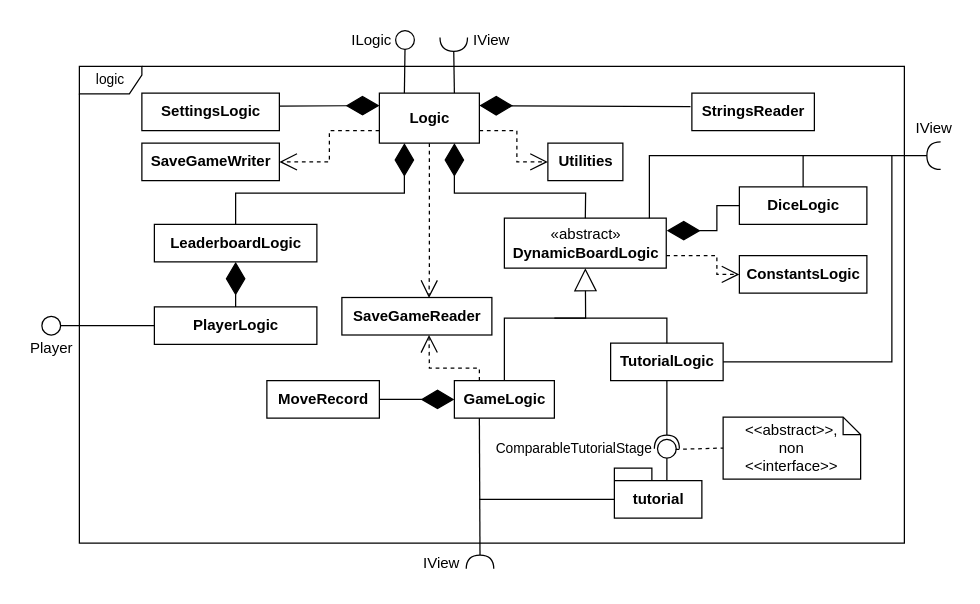
GiacomoVolini/JMahbusa keeps this draw.io diagram as Logic.drawio. Above is the earlier version. Source tidied: cells renumbered, new cells numbered last; positions are measured from the earlier drawing's top-left corner, leaving out a move shared by most shapes. Both pictures are drawn from the tidied source at 125%, with x=0, y=0 at pixel (21, 20).
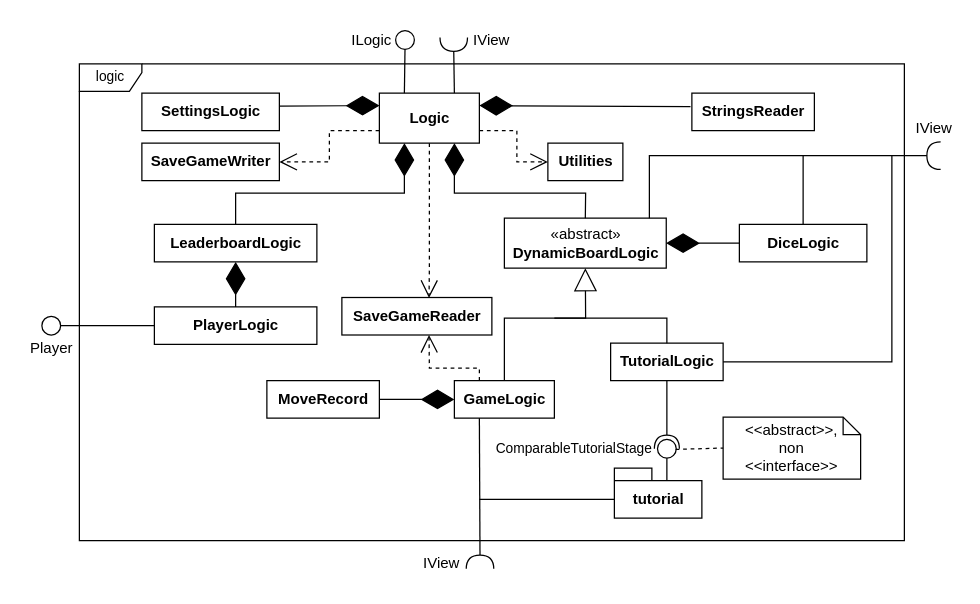
After the change.

The change refers to these unchanged cells:
```xml
<mxCell id="14" value="«abstract»&lt;br&gt;&lt;b&gt;DynamicBoardLogic&lt;/b&gt;" style="html=1;" parent="1" vertex="1">
  <mxGeometry x="386" y="158" width="129.5" height="40" as="geometry" />
</mxCell>
```

Diff of the diagram source:
```diff
@@
     <mxCell id="2" value="logic" style="shape=umlFrame;whiteSpace=wrap;html=1;fontSize=11;width=50;height=22;" parent="1" vertex="1">
-      <mxGeometry x="46" y="36.5" width="660" height="381.5" as="geometry" />
+      <mxGeometry x="46" y="34.5" width="660" height="381.5" as="geometry" />
     </mxCell>
@@
     <mxCell id="18" value="&lt;b&gt;DiceLogic&lt;/b&gt;" style="html=1;" parent="1" vertex="1">
-      <mxGeometry x="574" y="133" width="102" height="30" as="geometry" />
+      <mxGeometry x="574" y="163" width="102" height="30" as="geometry" />
     </mxCell>
-    <mxCell id="19" style="endArrow=diamondThin;endFill=1;endSize=24;html=1;rounded=0;exitX=0;exitY=0.5;exitDx=0;exitDy=0;" parent="1" edge="1" source="18">
+    <mxCell id="19" style="endArrow=diamondThin;endFill=1;endSize=24;html=1;rounded=0;exitX=0;exitY=0.5;exitDx=0;exitDy=0;entryX=1;entryY=0.5;entryDx=0;entryDy=0;" parent="1" edge="1" source="18" target="14">
       <mxGeometry relative="1" as="geometry">
-        <mxPoint x="516" y="168" as="targetPoint" />
         <Array as="points">
-          <mxPoint x="556" y="148" />
-          <mxPoint x="556" y="168" />
+          <mxPoint x="556" y="178" />
         </Array>
       </mxGeometry>
     </mxCell>
@@
-    <mxCell id="42" value="&lt;b&gt;ConstantsLogic&lt;/b&gt;" style="html=1;" parent="1" vertex="1">
-      <mxGeometry x="574" y="188" width="102" height="30" as="geometry" />
-    </mxCell>
-    <mxCell id="43" style="endArrow=open;endSize=12;dashed=1;html=1;rounded=0;entryX=0;entryY=0.5;entryDx=0;entryDy=0;exitX=1;exitY=0.75;exitDx=0;exitDy=0;" parent="1" edge="1" source="14" target="42">
-      <mxGeometry x="0.79" y="25" relative="1" as="geometry">
-        <Array as="points">
-          <mxPoint x="556" y="188" />
-          <mxPoint x="556" y="203" />
-        </Array>
-      </mxGeometry>
-    </mxCell>
```
